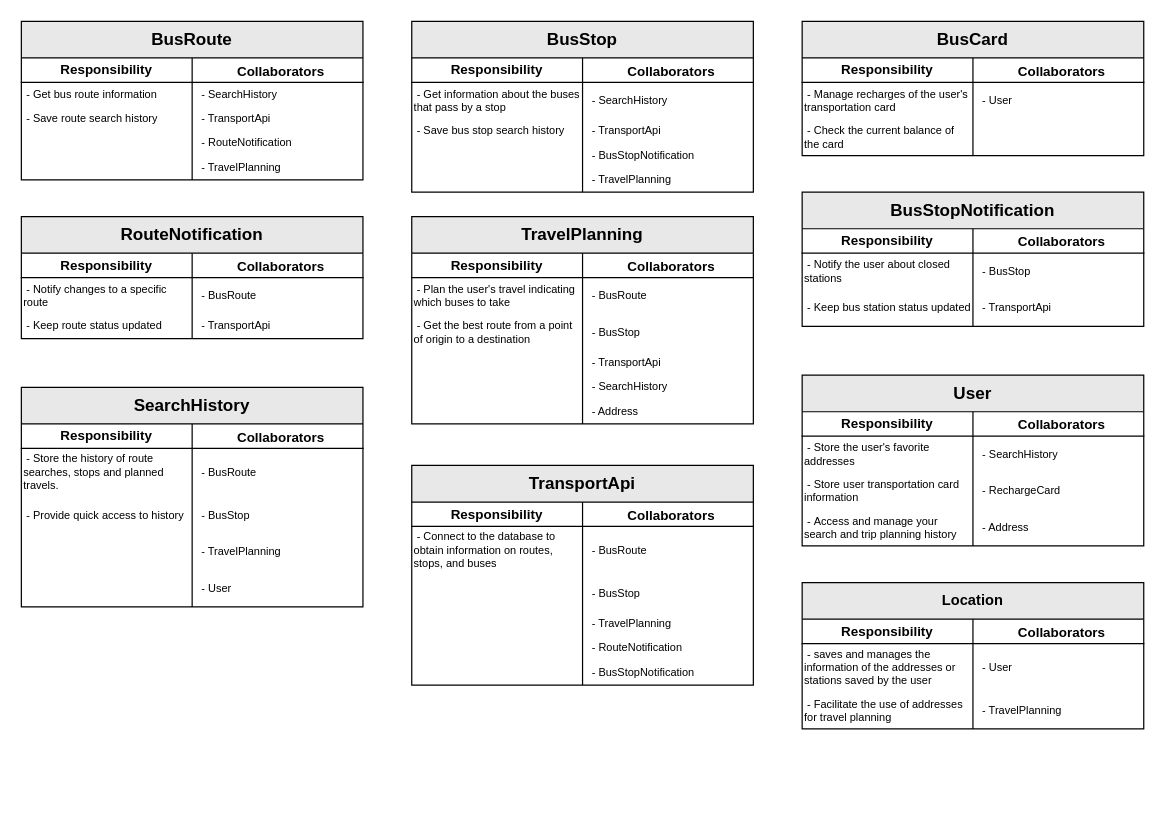
ProyectoFinalSoftwareModeling/SmartCommute keeps this draw.io diagram as page "CRC" (1 of 3) of diagrams.drawio. Above is the earlier version. Source tidied: cells renumbered, new cells numbered last; positions are measured from the earlier drawing's top-left corner, leaving out a move shared by most shapes. Both pictures are drawn from the tidied source at 122%, with x=0, y=0 at pixel (21, 21).
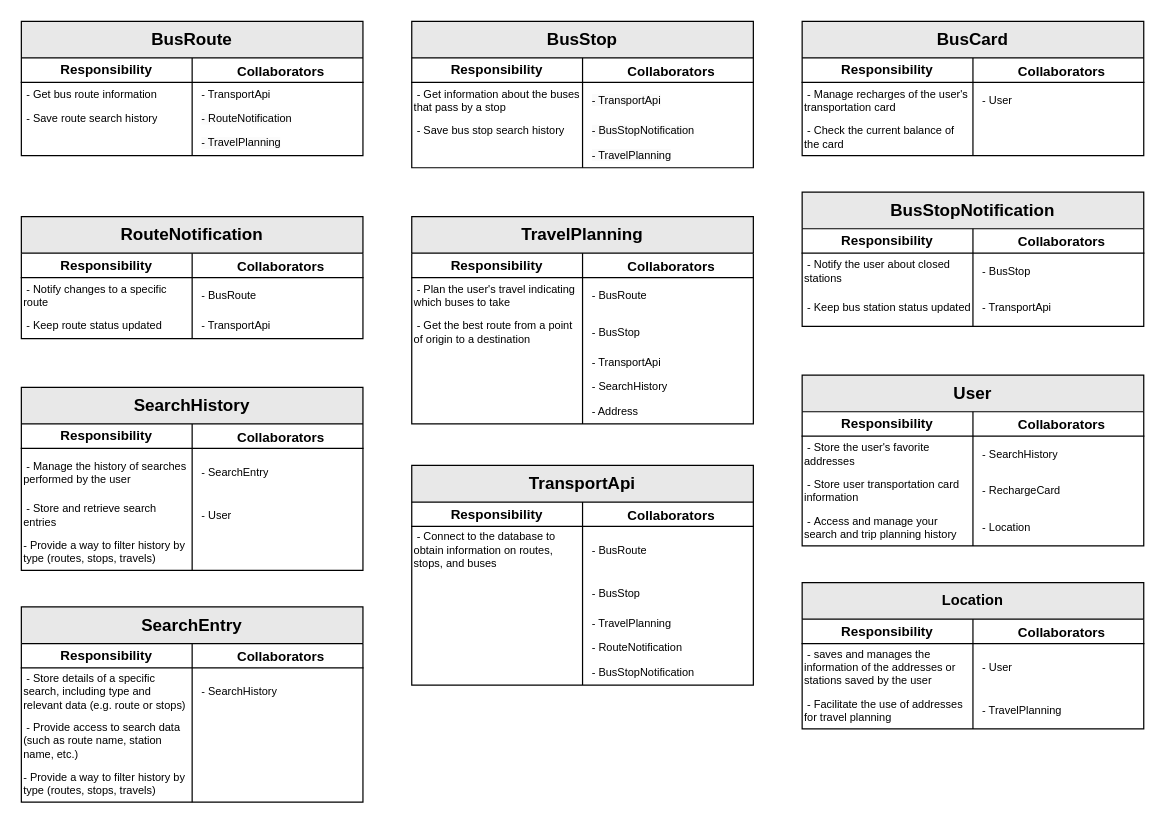
After the change.

Commit message:
CRC: bug fixes

The change refers to these unchanged cells:
```xml
<mxCell id="6" style="shape=tableRow;horizontal=0;startSize=0;swimlaneHead=0;swimlaneBody=0;fillColor=none;top=0;left=0;right=0;bottom=0;html=1;" parent="2" vertex="1">
  <mxGeometry y="50" width="280" height="20" as="geometry" />
</mxCell>
<mxCell id="9" style="shape=tableRow;horizontal=0;startSize=0;swimlaneHead=0;swimlaneBody=0;fillColor=none;top=0;left=0;right=0;bottom=0;html=1;" parent="2" vertex="1">
  <mxGeometry y="70" width="280" height="20" as="geometry" />
</mxCell>
<mxCell id="12" style="shape=tableRow;horizontal=0;startSize=0;swimlaneHead=0;swimlaneBody=0;fillColor=none;top=0;left=0;right=0;bottom=0;html=1;" parent="2" vertex="1">
  <mxGeometry y="90" width="280" height="20" as="geometry" />
</mxCell>
<mxCell id="22" style="shape=tableRow;horizontal=0;startSize=0;swimlaneHead=0;swimlaneBody=0;fillColor=none;top=0;left=0;right=0;bottom=0;html=1;" parent="18" vertex="1">
  <mxGeometry y="50" width="280" height="30" as="geometry" />
</mxCell>
<mxCell id="25" style="shape=tableRow;horizontal=0;startSize=0;swimlaneHead=0;swimlaneBody=0;fillColor=none;top=0;left=0;right=0;bottom=0;html=1;" parent="18" vertex="1">
  <mxGeometry y="80" width="280" height="20" as="geometry" />
</mxCell>
<mxCell id="28" style="shape=tableRow;horizontal=0;startSize=0;swimlaneHead=0;swimlaneBody=0;fillColor=none;top=0;left=0;right=0;bottom=0;html=1;" parent="18" vertex="1">
  <mxGeometry y="100" width="280" height="20" as="geometry" />
</mxCell>
<mxCell id="67" style="shape=tableRow;horizontal=0;startSize=0;swimlaneHead=0;swimlaneBody=0;fillColor=none;top=0;left=0;right=0;bottom=0;html=1;" parent="63" vertex="1">
  <mxGeometry y="50" width="280" height="40" as="geometry" />
</mxCell>
<mxCell id="70" style="shape=tableRow;horizontal=0;startSize=0;swimlaneHead=0;swimlaneBody=0;fillColor=none;top=0;left=0;right=0;bottom=0;html=1;" parent="63" vertex="1">
  <mxGeometry y="90" width="280" height="30" as="geometry" />
</mxCell>
<mxCell id="73" style="shape=tableRow;horizontal=0;startSize=0;swimlaneHead=0;swimlaneBody=0;fillColor=none;top=0;left=0;right=0;bottom=0;html=1;" parent="63" vertex="1">
  <mxGeometry y="120" width="280" height="30" as="geometry" />
</mxCell>
<mxCell id="128" style="shape=tableRow;horizontal=0;startSize=0;swimlaneHead=0;swimlaneBody=0;fillColor=none;top=0;left=0;right=0;bottom=0;html=1;" parent="118" vertex="1">
  <mxGeometry y="110" width="280" height="30" as="geometry" />
</mxCell>
```

The edit, as a diff of the source:
```diff
@@
     <mxCell id="2" value="&lt;span style=&quot;text-wrap: nowrap;&quot;&gt;&lt;font style=&quot;font-size: 14px;&quot;&gt;BusRoute&lt;/font&gt;&lt;/span&gt;" style="shape=table;startSize=30;childLayout=tableLayout;rowLines=0;fontStyle=1;align=center;html=1;whiteSpace=wrap;swimlaneLine=1;rounded=0;shadow=0;gradientColor=none;fillStyle=auto;fillColor=#E8E8E8;" parent="1" vertex="1">
-      <mxGeometry width="280" height="130" as="geometry" />
+      <mxGeometry width="280" height="110" as="geometry" />
     </mxCell>
@@
-    <mxCell id="8" value="- SearchHistory" style="shape=partialRectangle;fillColor=none;top=0;left=0;bottom=0;right=0;align=left;spacingLeft=6;overflow=hidden;html=1;whiteSpace=wrap;fontSize=9;" parent="6" vertex="1">
+    <mxCell id="8" value="- TransportApi" style="shape=partialRectangle;fillColor=none;top=0;left=0;bottom=0;right=0;align=left;spacingLeft=6;overflow=hidden;html=1;whiteSpace=wrap;fontSize=9;" parent="6" vertex="1">
       <mxGeometry x="140" width="140" height="20" as="geometry" />
     </mxCell>
@@
-    <mxCell id="11" value="- TransportApi" style="shape=partialRectangle;fillColor=none;top=0;left=0;bottom=0;right=0;align=left;spacingLeft=6;overflow=hidden;html=1;whiteSpace=wrap;fontSize=9;" parent="9" vertex="1">
+    <mxCell id="11" style="shape=partialRectangle;fillColor=none;top=0;left=0;bottom=0;right=0;align=left;spacingLeft=6;overflow=hidden;html=1;whiteSpace=wrap;fontSize=9;" parent="9" vertex="1">
       <mxGeometry x="140" width="140" height="20" as="geometry" />
     </mxCell>
@@
-    <mxCell id="14" value="- RouteNotification" style="shape=partialRectangle;fillColor=none;top=0;left=0;bottom=0;right=0;align=left;spacingLeft=6;overflow=hidden;html=1;whiteSpace=wrap;fontSize=9;" parent="12" vertex="1">
+    <mxCell id="14" value="&lt;span style=&quot;color: rgb(0, 0, 0); font-family: Helvetica; font-size: 9px; font-style: normal; font-variant-ligatures: normal; font-variant-caps: normal; font-weight: 400; letter-spacing: normal; orphans: 2; text-align: left; text-indent: 0px; text-transform: none; widows: 2; word-spacing: 0px; -webkit-text-stroke-width: 0px; white-space: normal; background-color: rgb(251, 251, 251); text-decoration-thickness: initial; text-decoration-style: initial; text-decoration-color: initial; display: inline !important; float: none;&quot;&gt;- TravelPlanning&lt;/span&gt;" style="shape=partialRectangle;fillColor=none;top=0;left=0;bottom=0;right=0;align=left;spacingLeft=6;overflow=hidden;html=1;whiteSpace=wrap;fontSize=9;" parent="12" vertex="1">
       <mxGeometry x="140" width="140" height="20" as="geometry" />
     </mxCell>
-    <mxCell id="15" style="shape=tableRow;horizontal=0;startSize=0;swimlaneHead=0;swimlaneBody=0;fillColor=none;top=0;left=0;right=0;bottom=0;html=1;" parent="2" vertex="1">
-      <mxGeometry y="110" width="280" height="20" as="geometry" />
-    </mxCell>
-    <mxCell id="16" style="shape=partialRectangle;fillColor=none;top=0;left=0;bottom=0;right=0;overflow=hidden;html=1;whiteSpace=wrap;fontSize=9;align=left;" parent="15" vertex="1">
-      <mxGeometry width="140" height="20" as="geometry" />
-    </mxCell>
-    <mxCell id="17" value="- TravelPlanning" style="shape=partialRectangle;fillColor=none;top=0;left=0;bottom=0;right=0;align=left;spacingLeft=6;overflow=hidden;html=1;whiteSpace=wrap;fontSize=9;" parent="15" vertex="1">
-      <mxGeometry x="140" width="140" height="20" as="geometry" />
-    </mxCell>
     <mxCell id="18" value="&lt;span style=&quot;text-wrap: nowrap;&quot;&gt;&lt;font style=&quot;font-size: 14px;&quot;&gt;BusStop&lt;/font&gt;&lt;/span&gt;" style="shape=table;startSize=30;childLayout=tableLayout;rowLines=0;fontStyle=1;align=center;html=1;whiteSpace=wrap;swimlaneLine=1;rounded=0;shadow=0;gradientColor=none;fillStyle=auto;fillColor=#E8E8E8;" parent="1" vertex="1">
-      <mxGeometry x="320" width="280" height="140" as="geometry" />
+      <mxGeometry x="320" width="280" height="120" as="geometry" />
     </mxCell>
@@
-    <mxCell id="24" value="- SearchHistory" style="shape=partialRectangle;fillColor=none;top=0;left=0;bottom=0;right=0;align=left;spacingLeft=6;overflow=hidden;html=1;whiteSpace=wrap;fontSize=9;" parent="22" vertex="1">
+    <mxCell id="24" value="&lt;span style=&quot;color: rgb(0, 0, 0); font-family: Helvetica; font-size: 9px; font-style: normal; font-variant-ligatures: normal; font-variant-caps: normal; font-weight: 400; letter-spacing: normal; orphans: 2; text-align: left; text-indent: 0px; text-transform: none; widows: 2; word-spacing: 0px; -webkit-text-stroke-width: 0px; white-space: normal; background-color: rgb(251, 251, 251); text-decoration-thickness: initial; text-decoration-style: initial; text-decoration-color: initial; display: inline !important; float: none;&quot;&gt;- TransportApi&lt;/span&gt;" style="shape=partialRectangle;fillColor=none;top=0;left=0;bottom=0;right=0;align=left;spacingLeft=6;overflow=hidden;html=1;whiteSpace=wrap;fontSize=9;" parent="22" vertex="1">
       <mxGeometry x="140" width="140" height="30" as="geometry" />
     </mxCell>
@@
-    <mxCell id="27" value="- TransportApi" style="shape=partialRectangle;fillColor=none;top=0;left=0;bottom=0;right=0;align=left;spacingLeft=6;overflow=hidden;html=1;whiteSpace=wrap;fontSize=9;" parent="25" vertex="1">
+    <mxCell id="27" value="&lt;span style=&quot;color: rgb(0, 0, 0); font-family: Helvetica; font-size: 9px; font-style: normal; font-variant-ligatures: normal; font-variant-caps: normal; font-weight: 400; letter-spacing: normal; orphans: 2; text-align: left; text-indent: 0px; text-transform: none; widows: 2; word-spacing: 0px; -webkit-text-stroke-width: 0px; white-space: normal; background-color: rgb(251, 251, 251); text-decoration-thickness: initial; text-decoration-style: initial; text-decoration-color: initial; display: inline !important; float: none;&quot;&gt;- BusStopNotification&lt;/span&gt;" style="shape=partialRectangle;fillColor=none;top=0;left=0;bottom=0;right=0;align=left;spacingLeft=6;overflow=hidden;html=1;whiteSpace=wrap;fontSize=9;" parent="25" vertex="1">
       <mxGeometry x="140" width="140" height="20" as="geometry" />
     </mxCell>
@@
-    <mxCell id="30" value="- BusStopNotification" style="shape=partialRectangle;fillColor=none;top=0;left=0;bottom=0;right=0;align=left;spacingLeft=6;overflow=hidden;html=1;whiteSpace=wrap;fontSize=9;" parent="28" vertex="1">
+    <mxCell id="30" style="shape=partialRectangle;fillColor=none;top=0;left=0;bottom=0;right=0;align=left;spacingLeft=6;overflow=hidden;html=1;whiteSpace=wrap;fontSize=9;" parent="28" vertex="1">
       <mxGeometry x="140" width="140" height="20" as="geometry" />
     </mxCell>
-    <mxCell id="31" style="shape=tableRow;horizontal=0;startSize=0;swimlaneHead=0;swimlaneBody=0;fillColor=none;top=0;left=0;right=0;bottom=0;html=1;" parent="18" vertex="1">
-      <mxGeometry y="120" width="280" height="20" as="geometry" />
-    </mxCell>
-    <mxCell id="32" style="shape=partialRectangle;fillColor=none;top=0;left=0;bottom=0;right=0;overflow=hidden;html=1;whiteSpace=wrap;fontSize=9;align=left;" parent="31" vertex="1">
-      <mxGeometry width="140" height="20" as="geometry" />
-    </mxCell>
-    <mxCell id="33" value="- TravelPlanning" style="shape=partialRectangle;fillColor=none;top=0;left=0;bottom=0;right=0;align=left;spacingLeft=6;overflow=hidden;html=1;whiteSpace=wrap;fontSize=9;" parent="31" vertex="1">
-      <mxGeometry x="140" width="140" height="20" as="geometry" />
-    </mxCell>
@@
     <mxCell id="63" value="&lt;span style=&quot;text-wrap: nowrap;&quot;&gt;&lt;font style=&quot;font-size: 14px;&quot;&gt;SearchHistory&lt;/font&gt;&lt;/span&gt;" style="shape=table;startSize=30;childLayout=tableLayout;rowLines=0;fontStyle=1;align=center;html=1;whiteSpace=wrap;swimlaneLine=1;rounded=0;shadow=0;gradientColor=none;fillStyle=auto;fillColor=#E8E8E8;" parent="1" vertex="1">
-      <mxGeometry y="300" width="280" height="180" as="geometry" />
+      <mxGeometry y="300" width="280" height="150" as="geometry" />
     </mxCell>
@@
-    <mxCell id="68" value="&amp;nbsp;-&amp;nbsp;Store the history of route searches, stops and planned travels." style="shape=partialRectangle;fillColor=none;top=0;left=0;bottom=0;right=0;overflow=hidden;html=1;whiteSpace=wrap;align=left;fontSize=9;" parent="67" vertex="1">
+    <mxCell id="68" value="&amp;nbsp;-&amp;nbsp;Manage the history of searches performed by the user" style="shape=partialRectangle;fillColor=none;top=0;left=0;bottom=0;right=0;overflow=hidden;html=1;whiteSpace=wrap;align=left;fontSize=9;" parent="67" vertex="1">
       <mxGeometry width="140" height="40" as="geometry" />
     </mxCell>
-    <mxCell id="69" value="- BusRoute" style="shape=partialRectangle;fillColor=none;top=0;left=0;bottom=0;right=0;align=left;spacingLeft=6;overflow=hidden;html=1;whiteSpace=wrap;fontSize=9;" parent="67" vertex="1">
+    <mxCell id="69" value="- SearchEntry" style="shape=partialRectangle;fillColor=none;top=0;left=0;bottom=0;right=0;align=left;spacingLeft=6;overflow=hidden;html=1;whiteSpace=wrap;fontSize=9;" parent="67" vertex="1">
       <mxGeometry x="140" width="140" height="40" as="geometry" />
     </mxCell>
@@
-    <mxCell id="71" value="&amp;nbsp;- Provide quick access to history" style="shape=partialRectangle;fillColor=none;top=0;left=0;bottom=0;right=0;overflow=hidden;html=1;whiteSpace=wrap;fontSize=9;align=left;" parent="70" vertex="1">
+    <mxCell id="71" value="&amp;nbsp;- Store and retrieve search entries" style="shape=partialRectangle;fillColor=none;top=0;left=0;bottom=0;right=0;overflow=hidden;html=1;whiteSpace=wrap;fontSize=9;align=left;" parent="70" vertex="1">
       <mxGeometry width="140" height="30" as="geometry" />
     </mxCell>
-    <mxCell id="72" value="- BusStop" style="shape=partialRectangle;fillColor=none;top=0;left=0;bottom=0;right=0;align=left;spacingLeft=6;overflow=hidden;html=1;whiteSpace=wrap;fontSize=9;" parent="70" vertex="1">
+    <mxCell id="72" value="- User" style="shape=partialRectangle;fillColor=none;top=0;left=0;bottom=0;right=0;align=left;spacingLeft=6;overflow=hidden;html=1;whiteSpace=wrap;fontSize=9;" parent="70" vertex="1">
       <mxGeometry x="140" width="140" height="30" as="geometry" />
     </mxCell>
@@
-    <mxCell id="74" style="shape=partialRectangle;fillColor=none;top=0;left=0;bottom=0;right=0;overflow=hidden;html=1;whiteSpace=wrap;fontSize=9;align=left;" parent="73" vertex="1">
+    <mxCell id="74" value="- Provide a way to filter history by type (routes, stops, travels)" style="shape=partialRectangle;fillColor=none;top=0;left=0;bottom=0;right=0;overflow=hidden;html=1;whiteSpace=wrap;fontSize=9;align=left;" parent="73" vertex="1">
       <mxGeometry width="140" height="30" as="geometry" />
     </mxCell>
-    <mxCell id="75" value="- TravelPlanning" style="shape=partialRectangle;fillColor=none;top=0;left=0;bottom=0;right=0;align=left;spacingLeft=6;overflow=hidden;html=1;whiteSpace=wrap;fontSize=9;" parent="73" vertex="1">
+    <mxCell id="75" style="shape=partialRectangle;fillColor=none;top=0;left=0;bottom=0;right=0;align=left;spacingLeft=6;overflow=hidden;html=1;whiteSpace=wrap;fontSize=9;" parent="73" vertex="1">
       <mxGeometry x="140" width="140" height="30" as="geometry" />
     </mxCell>
-    <mxCell id="76" style="shape=tableRow;horizontal=0;startSize=0;swimlaneHead=0;swimlaneBody=0;fillColor=none;top=0;left=0;right=0;bottom=0;html=1;" parent="63" vertex="1">
-      <mxGeometry y="150" width="280" height="30" as="geometry" />
-    </mxCell>
-    <mxCell id="77" style="shape=partialRectangle;fillColor=none;top=0;left=0;bottom=0;right=0;overflow=hidden;html=1;whiteSpace=wrap;fontSize=9;align=left;" parent="76" vertex="1">
-      <mxGeometry width="140" height="30" as="geometry" />
-    </mxCell>
-    <mxCell id="78" value="- User" style="shape=partialRectangle;fillColor=none;top=0;left=0;bottom=0;right=0;align=left;spacingLeft=6;overflow=hidden;html=1;whiteSpace=wrap;fontSize=9;" parent="76" vertex="1">
-      <mxGeometry x="140" width="140" height="30" as="geometry" />
-    </mxCell>
@@
-    <mxCell id="130" value="- Address" style="shape=partialRectangle;fillColor=none;top=0;left=0;bottom=0;right=0;align=left;spacingLeft=6;overflow=hidden;html=1;whiteSpace=wrap;fontSize=9;" parent="128" vertex="1">
+    <mxCell id="130" value="- Location" style="shape=partialRectangle;fillColor=none;top=0;left=0;bottom=0;right=0;align=left;spacingLeft=6;overflow=hidden;html=1;whiteSpace=wrap;fontSize=9;" parent="128" vertex="1">
       <mxGeometry x="140" width="140" height="30" as="geometry" />
     </mxCell>
@@
+    <mxCell id="141" value="&lt;span style=&quot;text-wrap: nowrap;&quot;&gt;&lt;font style=&quot;font-size: 14px;&quot;&gt;SearchEntry&lt;/font&gt;&lt;/span&gt;" style="shape=table;startSize=30;childLayout=tableLayout;rowLines=0;fontStyle=1;align=center;html=1;whiteSpace=wrap;swimlaneLine=1;rounded=0;shadow=0;gradientColor=none;fillStyle=auto;fillColor=#E8E8E8;" parent="1" vertex="1">
+      <mxGeometry y="480" width="280" height="160" as="geometry" />
+    </mxCell>
+    <mxCell id="142" style="shape=tableRow;horizontal=0;startSize=0;swimlaneHead=0;swimlaneBody=0;fillColor=none;top=0;left=0;right=0;bottom=1;html=1;fontStyle=4;" parent="141" vertex="1">
+      <mxGeometry y="30" width="280" height="20" as="geometry" />
+    </mxCell>
+    <mxCell id="143" value="&lt;span style=&quot;font-size: 11px;&quot;&gt;Responsibility&lt;/span&gt;" style="shape=partialRectangle;fillColor=none;top=0;left=0;bottom=0;right=0;fontStyle=1;overflow=hidden;html=1;whiteSpace=wrap;fontSize=11;" parent="142" vertex="1">
+      <mxGeometry width="140" height="20" as="geometry" />
+    </mxCell>
+    <mxCell id="144" value="&lt;div style=&quot;&quot;&gt;&lt;font style=&quot;font-size: 11px;&quot;&gt;Collaborators&lt;/font&gt;&lt;/div&gt;" style="shape=partialRectangle;fillColor=none;top=0;left=0;bottom=0;right=0;align=center;spacingLeft=6;fontStyle=1;overflow=hidden;html=1;whiteSpace=wrap;fontSize=13;" parent="142" vertex="1">
+      <mxGeometry x="140" width="140" height="20" as="geometry" />
+    </mxCell>
+    <mxCell id="145" style="shape=tableRow;horizontal=0;startSize=0;swimlaneHead=0;swimlaneBody=0;fillColor=none;top=0;left=0;right=0;bottom=0;html=1;" parent="141" vertex="1">
+      <mxGeometry y="50" width="280" height="40" as="geometry" />
+    </mxCell>
+    <mxCell id="146" value="&amp;nbsp;-&amp;nbsp;Store details of a specific search, including type and relevant data (e.g. route or stops)" style="shape=partialRectangle;fillColor=none;top=0;left=0;bottom=0;right=0;overflow=hidden;html=1;whiteSpace=wrap;align=left;fontSize=9;" parent="145" vertex="1">
+      <mxGeometry width="140" height="40" as="geometry" />
+    </mxCell>
+    <mxCell id="147" value="- SearchHistory" style="shape=partialRectangle;fillColor=none;top=0;left=0;bottom=0;right=0;align=left;spacingLeft=6;overflow=hidden;html=1;whiteSpace=wrap;fontSize=9;" parent="145" vertex="1">
+      <mxGeometry x="140" width="140" height="40" as="geometry" />
+    </mxCell>
+    <mxCell id="148" style="shape=tableRow;horizontal=0;startSize=0;swimlaneHead=0;swimlaneBody=0;fillColor=none;top=0;left=0;right=0;bottom=0;html=1;" parent="141" vertex="1">
+      <mxGeometry y="90" width="280" height="40" as="geometry" />
+    </mxCell>
+    <mxCell id="149" value="&amp;nbsp;- Provide access to search data (such as route name, station name, etc.)" style="shape=partialRectangle;fillColor=none;top=0;left=0;bottom=0;right=0;overflow=hidden;html=1;whiteSpace=wrap;fontSize=9;align=left;" parent="148" vertex="1">
+      <mxGeometry width="140" height="40" as="geometry" />
+    </mxCell>
+    <mxCell id="150" style="shape=partialRectangle;fillColor=none;top=0;left=0;bottom=0;right=0;align=left;spacingLeft=6;overflow=hidden;html=1;whiteSpace=wrap;fontSize=9;" parent="148" vertex="1">
+      <mxGeometry x="140" width="140" height="40" as="geometry" />
+    </mxCell>
+    <mxCell id="151" style="shape=tableRow;horizontal=0;startSize=0;swimlaneHead=0;swimlaneBody=0;fillColor=none;top=0;left=0;right=0;bottom=0;html=1;" parent="141" vertex="1">
+      <mxGeometry y="130" width="280" height="30" as="geometry" />
+    </mxCell>
+    <mxCell id="152" value="- Provide a way to filter history by type (routes, stops, travels)" style="shape=partialRectangle;fillColor=none;top=0;left=0;bottom=0;right=0;overflow=hidden;html=1;whiteSpace=wrap;fontSize=9;align=left;" parent="151" vertex="1">
+      <mxGeometry width="140" height="30" as="geometry" />
+    </mxCell>
+    <mxCell id="153" style="shape=partialRectangle;fillColor=none;top=0;left=0;bottom=0;right=0;align=left;spacingLeft=6;overflow=hidden;html=1;whiteSpace=wrap;fontSize=9;" parent="151" vertex="1">
+      <mxGeometry x="140" width="140" height="30" as="geometry" />
+    </mxCell>
+    <mxCell id="154" value="&lt;span style=&quot;color: rgb(0, 0, 0); font-family: Helvetica; font-size: 9px; font-style: normal; font-variant-ligatures: normal; font-variant-caps: normal; font-weight: 400; letter-spacing: normal; orphans: 2; text-align: left; text-indent: 0px; text-transform: none; widows: 2; word-spacing: 0px; -webkit-text-stroke-width: 0px; white-space: normal; background-color: rgb(251, 251, 251); text-decoration-thickness: initial; text-decoration-style: initial; text-decoration-color: initial; display: inline !important; float: none;&quot;&gt;- RouteNotification&lt;/span&gt;" style="shape=partialRectangle;fillColor=none;top=0;left=0;bottom=0;right=0;align=left;spacingLeft=6;overflow=hidden;html=1;whiteSpace=wrap;fontSize=9;" parent="1" vertex="1">
+      <mxGeometry x="140" y="70" width="140" height="20" as="geometry" />
+    </mxCell>
+    <mxCell id="155" value="&lt;span style=&quot;color: rgb(0, 0, 0); font-family: Helvetica; font-size: 9px; font-style: normal; font-variant-ligatures: normal; font-variant-caps: normal; font-weight: 400; letter-spacing: normal; orphans: 2; text-align: left; text-indent: 0px; text-transform: none; widows: 2; word-spacing: 0px; -webkit-text-stroke-width: 0px; white-space: normal; background-color: rgb(251, 251, 251); text-decoration-thickness: initial; text-decoration-style: initial; text-decoration-color: initial; display: inline !important; float: none;&quot;&gt;- TravelPlanning&lt;/span&gt;" style="shape=partialRectangle;fillColor=none;top=0;left=0;bottom=0;right=0;align=left;spacingLeft=6;overflow=hidden;html=1;whiteSpace=wrap;fontSize=9;" parent="1" vertex="1">
+      <mxGeometry x="460" y="100" width="140" height="20" as="geometry" />
+    </mxCell>
```
